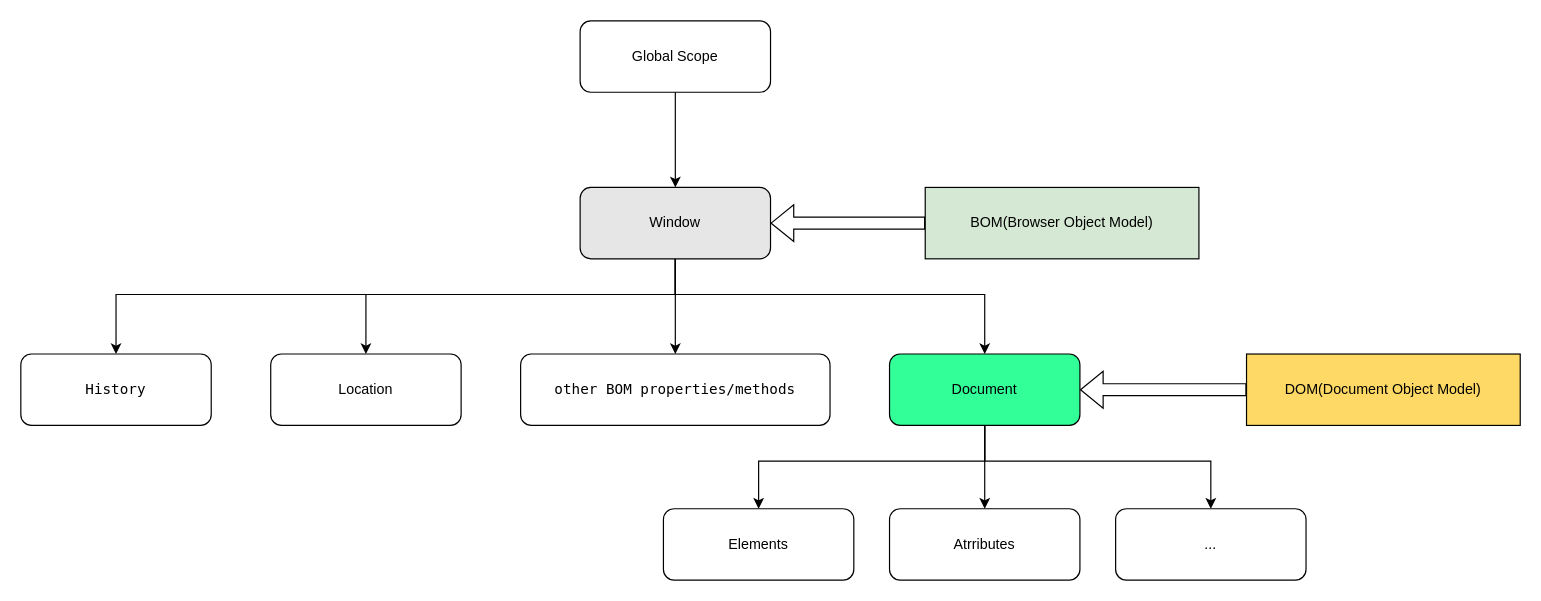
Earlier version of the draw.io diagram diagrams/Web API.drawio (TayeShi/TayeShi). Source tidied: cells renumbered, new cells numbered last; positions are measured from the earlier drawing's top-left corner, leaving out a move shared by most shapes. Both pictures are drawn from the tidied source at 119%, with x=0, y=0 at pixel (20, 20).
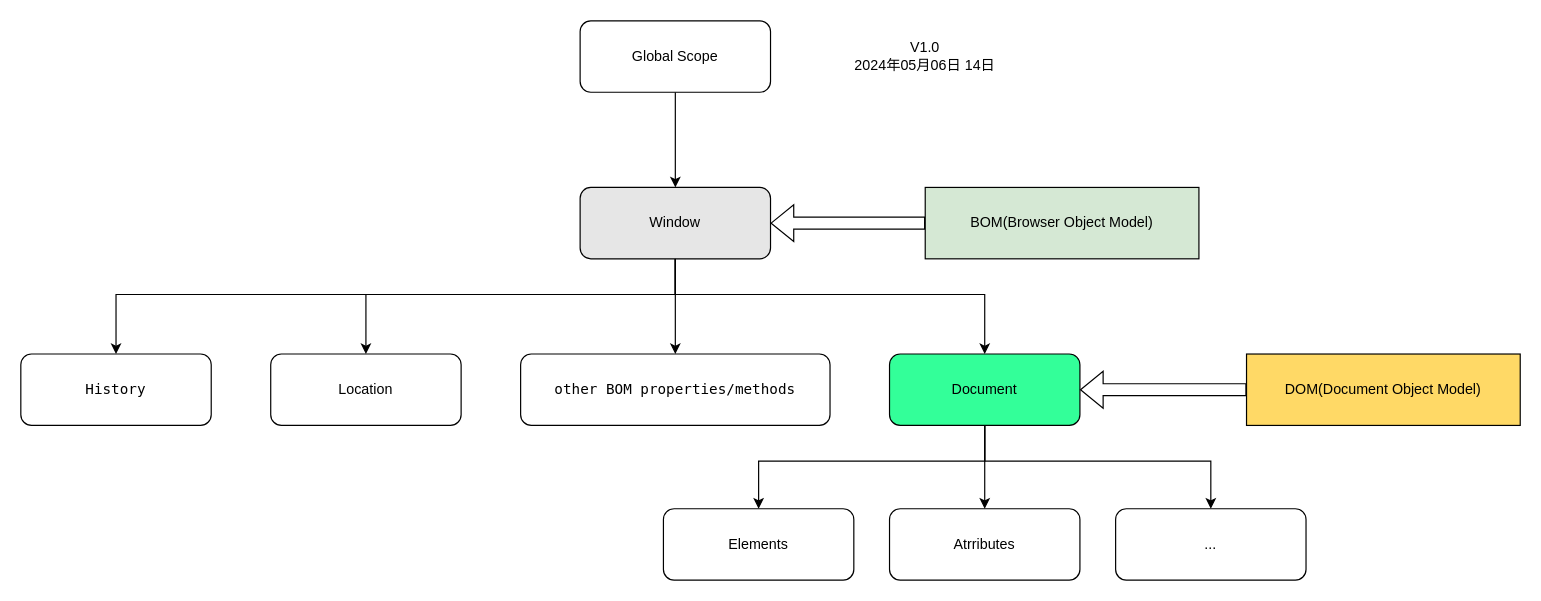
The same diagram, later.

The edit, as a diff of the source:
```diff
@@
+    <mxCell id="23" value="V1.0&lt;div&gt;2024年05月06日 14日&lt;/div&gt;" style="text;html=1;align=center;verticalAlign=middle;whiteSpace=wrap;rounded=0;" parent="1" vertex="1">
+      <mxGeometry x="670" y="15" width="180" height="30" as="geometry" />
+    </mxCell>
```
